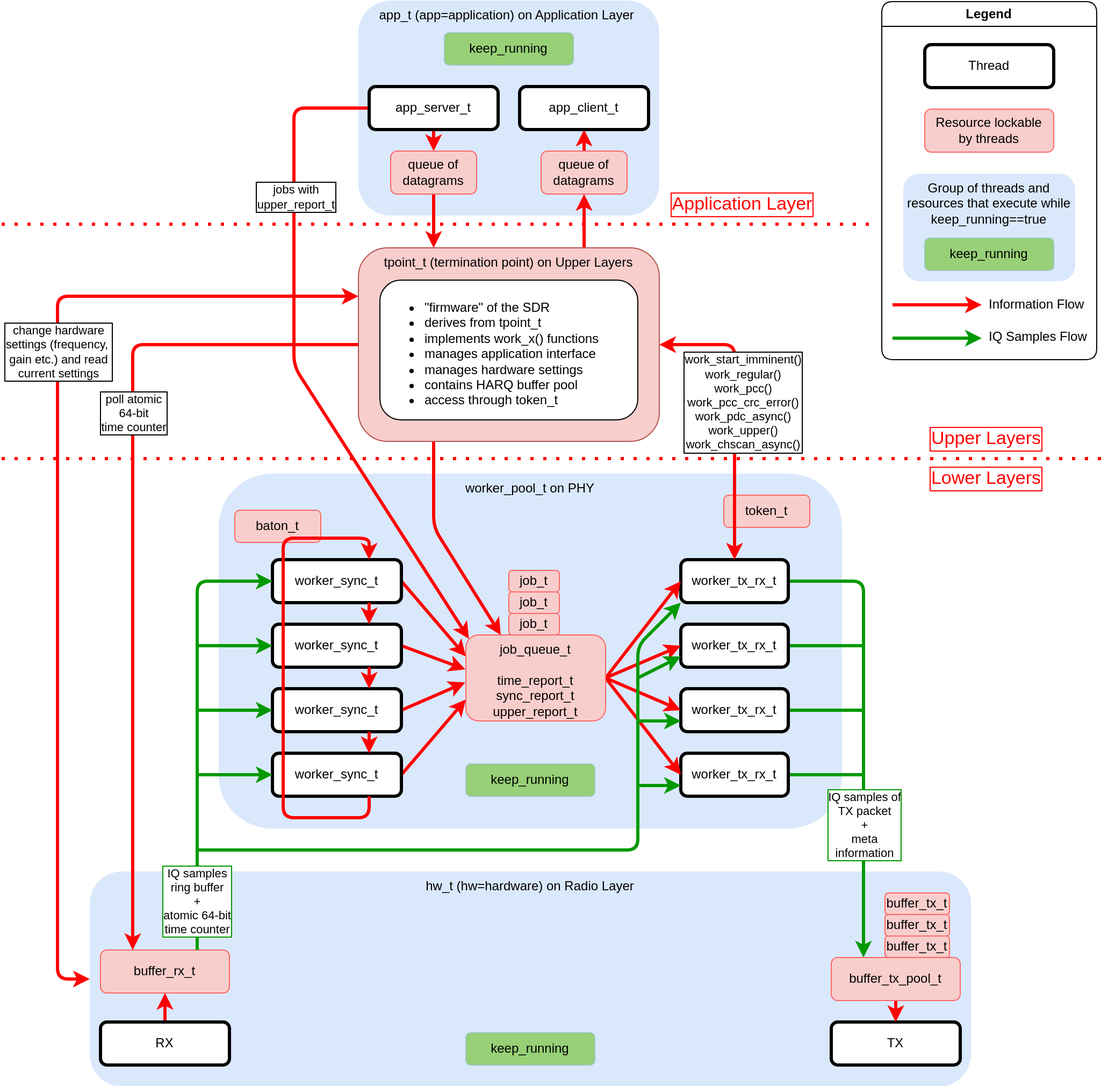
Above: docs/sdr_architecture.drawio.png in maxpenner/DECT-NR-Plus-SDR (draw.io), before the change. Source tidied: cells renumbered, new cells last; positions are measured from the earlier drawing's top-left corner, leaving out a move shared by most shapes.
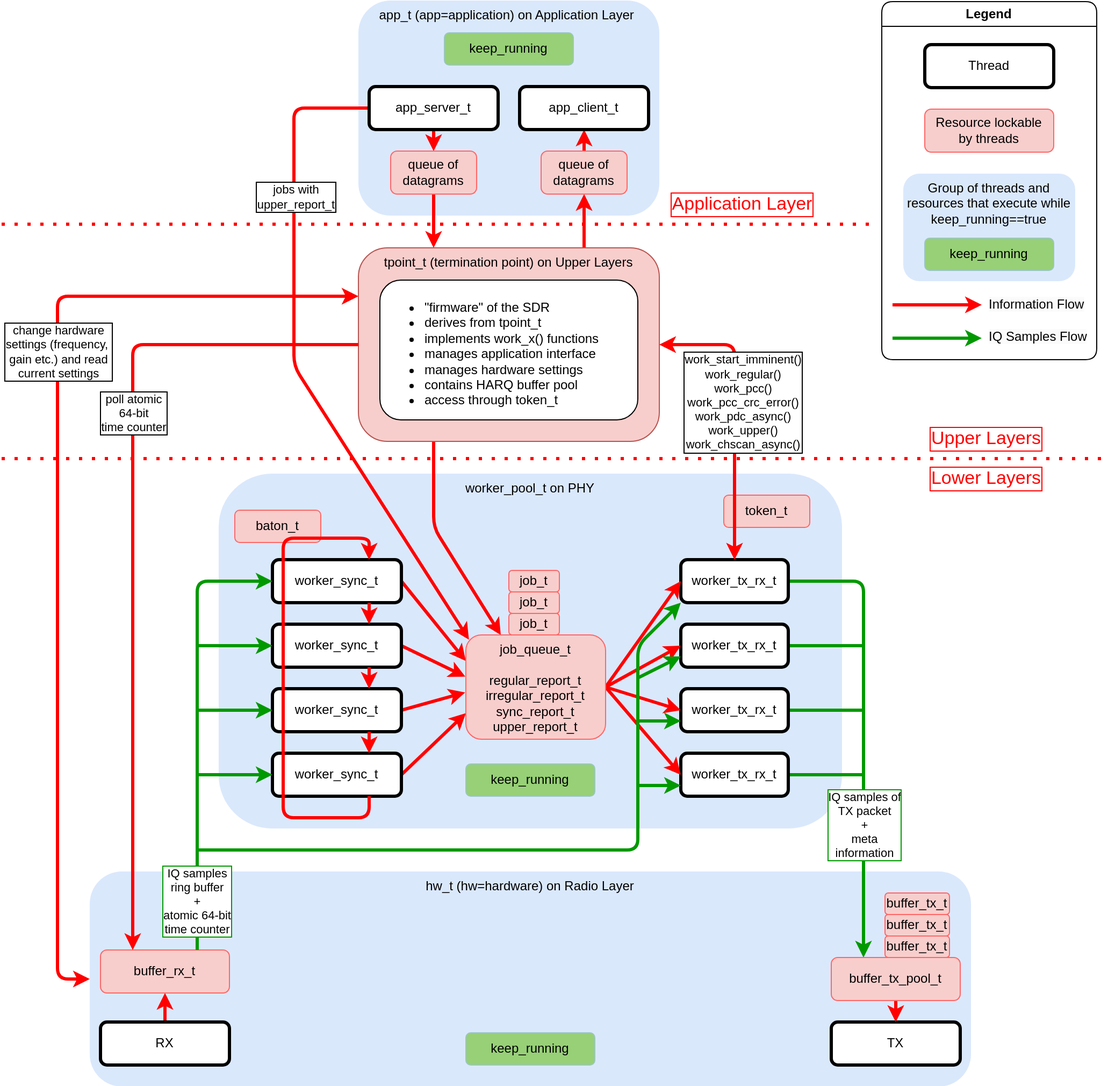
Later version of the same file.

Commit message:
rename time_report_t to regular_report_t

The edit, as a diff of the source:
```diff
@@ -153,8 +153,8 @@
     <mxCell id="42" value="tpoint_t (termination point) on Upper Layers" style="rounded=1;whiteSpace=wrap;html=1;verticalAlign=top;fillColor=#f8cecc;strokeColor=#b85450;" parent="1" vertex="1">
       <mxGeometry x="332" y="230" width="280" height="180" as="geometry" />
     </mxCell>
-    <mxCell id="43" value="&lt;div style=&quot;&quot;&gt;&lt;span style=&quot;background-color: initial;&quot;&gt;&lt;font style=&quot;font-size: 12px;&quot;&gt;job_queue_t&lt;/font&gt;&lt;/span&gt;&lt;/div&gt;&lt;div style=&quot;&quot;&gt;&lt;font style=&quot;font-size: 12px;&quot;&gt;&lt;br&gt;&lt;/font&gt;&lt;/div&gt;&lt;font style=&quot;font-size: 12px;&quot;&gt;&lt;span style=&quot;background-color: initial;&quot;&gt;&lt;div style=&quot;&quot;&gt;&lt;div style=&quot;&quot;&gt;&lt;span style=&quot;background-color: initial;&quot;&gt;time_report_t&lt;/span&gt;&lt;/div&gt;&lt;span style=&quot;background-color: initial;&quot;&gt;&lt;div style=&quot;&quot;&gt;&lt;span style=&quot;background-color: initial;&quot;&gt;sync_report_t&lt;/span&gt;&lt;/div&gt;&lt;/span&gt;&lt;span style=&quot;background-color: initial;&quot;&gt;&lt;div style=&quot;&quot;&gt;&lt;span style=&quot;background-color: initial;&quot;&gt;upper_report_t&lt;/span&gt;&lt;/div&gt;&lt;/span&gt;&lt;/div&gt;&lt;/span&gt;&lt;/font&gt;" style="rounded=1;whiteSpace=wrap;html=1;fillColor=#f8cecc;strokeColor=#FF6666;strokeWidth=1;verticalAlign=top;align=center;" parent="1" vertex="1">
-      <mxGeometry x="432" y="590" width="130" height="80" as="geometry" />
+    <mxCell id="43" value="&lt;div style=&quot;&quot;&gt;&lt;span style=&quot;background-color: initial;&quot;&gt;&lt;font style=&quot;font-size: 12px;&quot;&gt;job_queue_t&lt;/font&gt;&lt;/span&gt;&lt;/div&gt;&lt;div style=&quot;&quot;&gt;&lt;span style=&quot;background-color: initial;&quot;&gt;&lt;font style=&quot;font-size: 12px;&quot;&gt;&lt;br&gt;&lt;/font&gt;&lt;/span&gt;&lt;/div&gt;&lt;font style=&quot;font-size: 12px;&quot;&gt;&lt;span style=&quot;background-color: initial;&quot;&gt;&lt;div style=&quot;&quot;&gt;&lt;div style=&quot;&quot;&gt;&lt;span style=&quot;background-color: initial;&quot;&gt;regular_report_t&lt;/span&gt;&lt;/div&gt;&lt;div style=&quot;&quot;&gt;&lt;span style=&quot;background-color: initial;&quot;&gt;irregular_report_t&lt;/span&gt;&lt;/div&gt;&lt;span style=&quot;background-color: initial;&quot;&gt;&lt;div style=&quot;&quot;&gt;&lt;span style=&quot;background-color: initial;&quot;&gt;sync_report_t&lt;/span&gt;&lt;/div&gt;&lt;/span&gt;&lt;span style=&quot;background-color: initial;&quot;&gt;&lt;div style=&quot;&quot;&gt;&lt;span style=&quot;background-color: initial;&quot;&gt;upper_report_t&lt;/span&gt;&lt;/div&gt;&lt;/span&gt;&lt;/div&gt;&lt;/span&gt;&lt;/font&gt;" style="rounded=1;whiteSpace=wrap;html=1;fillColor=#f8cecc;strokeColor=#FF6666;strokeWidth=1;verticalAlign=top;align=center;" parent="1" vertex="1">
+      <mxGeometry x="432" y="590" width="130" height="97" as="geometry" />
     </mxCell>
     <mxCell id="44" value="buffer_tx_pool_t" style="rounded=1;whiteSpace=wrap;html=1;fillColor=#f8cecc;strokeColor=#FF6666;strokeWidth=1;" parent="1" vertex="1">
       <mxGeometry x="772" y="890" width="120" height="40" as="geometry" />
```
